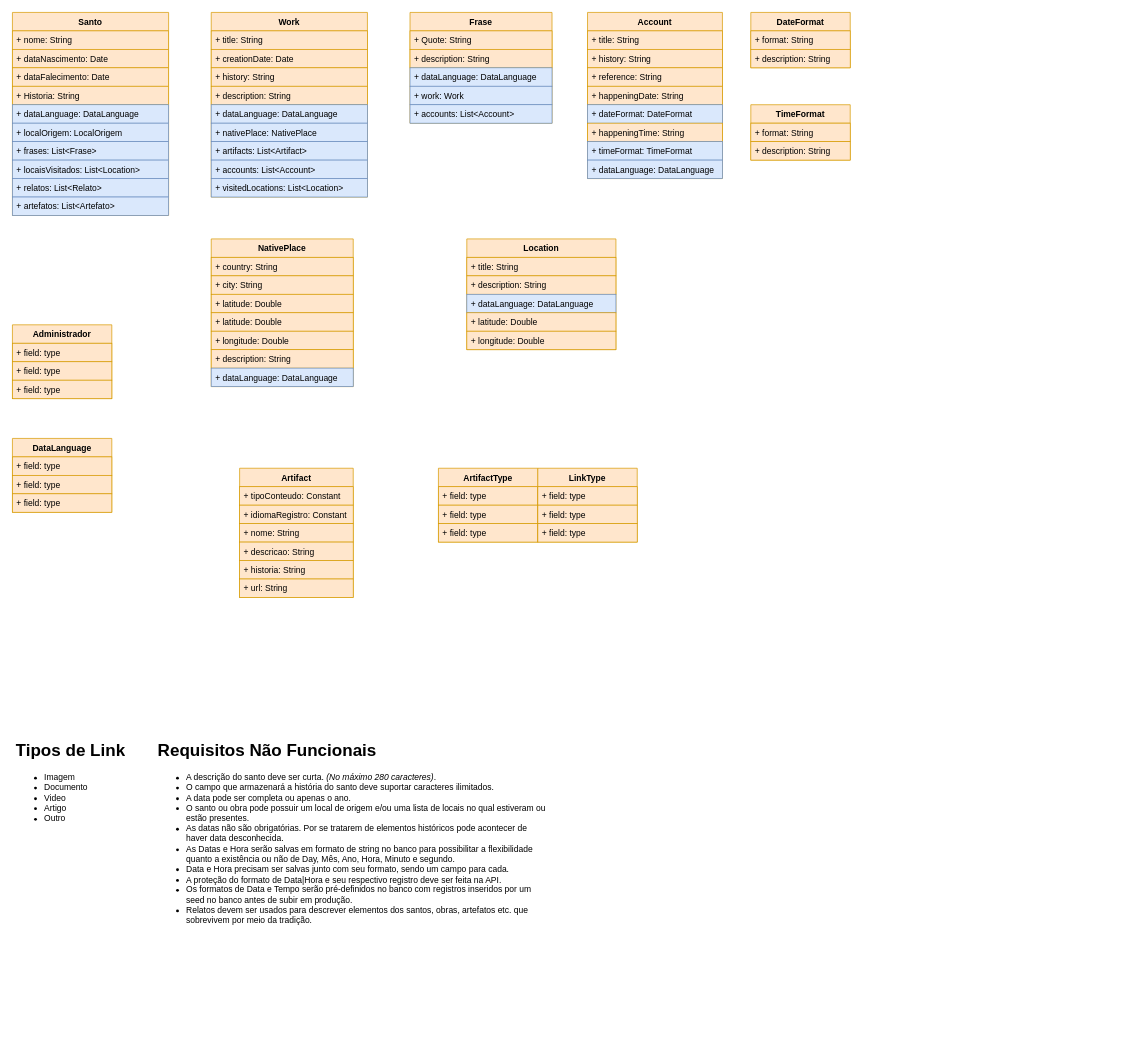
Above: page "ClassDiagram" (2 of 2) of Documentation/Untitled Diagram.drawio in the-catholics/Saints-API (draw.io), before the change. Source tidied: cells renumbered, new cells numbered last; positions are measured from the earlier drawing's top-left corner, leaving out a move shared by most shapes. Both pictures are drawn from the tidied source at 71%, with x=0, y=0 at pixel (12, 12).
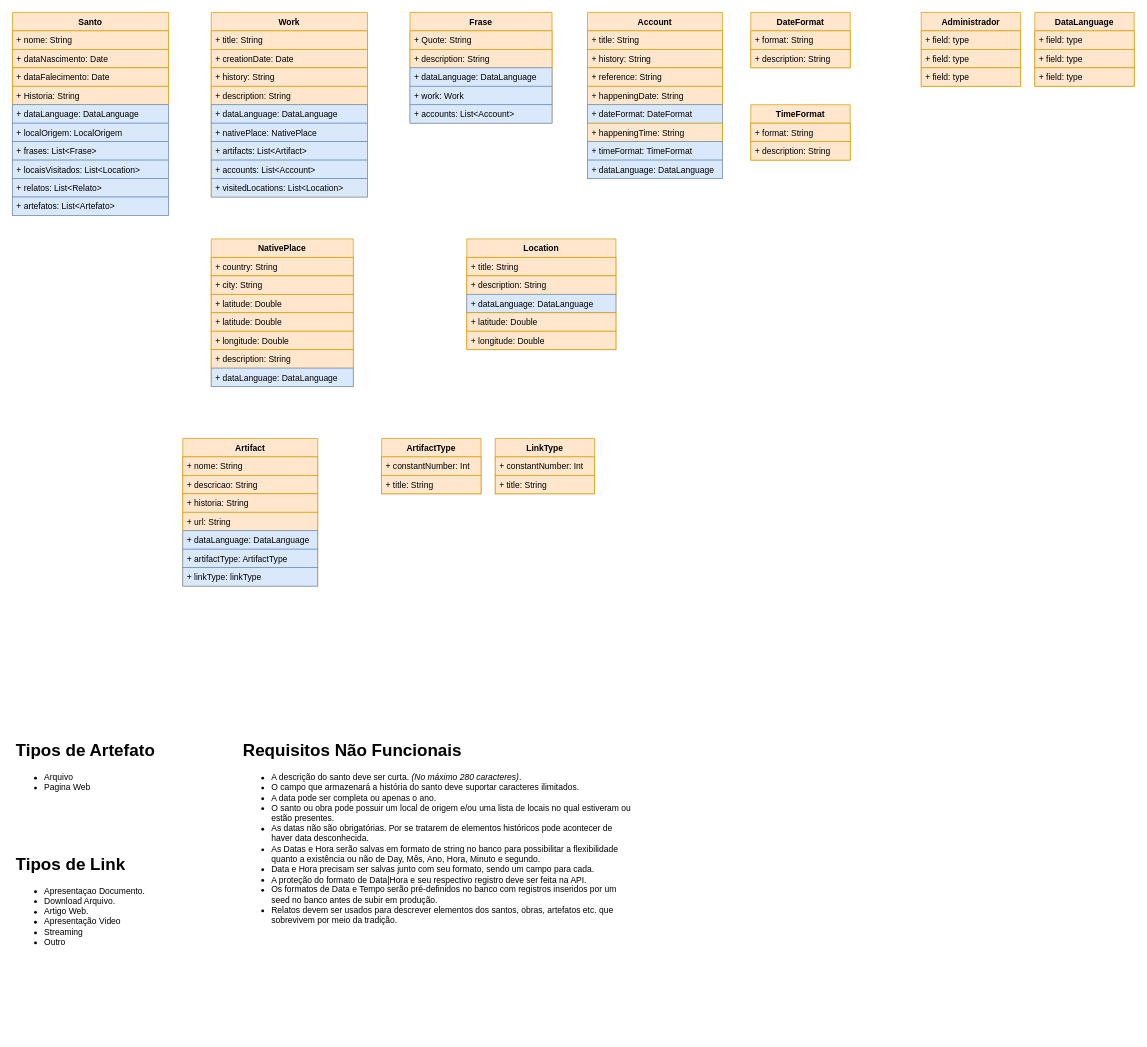
The same diagram, later.

What changed in the source:
```diff
@@
     <mxCell id="29" value="&lt;h1&gt;Requisitos Não Funcionais&lt;/h1&gt;&lt;p&gt;&lt;/p&gt;&lt;ul&gt;&lt;li&gt;A descrição do santo deve ser curta. &lt;i&gt;(No máximo 280 caracteres)&lt;/i&gt;.&lt;/li&gt;&lt;li&gt;O campo que armazenará a história do santo deve suportar caracteres ilimitados.&lt;/li&gt;&lt;li&gt;A data pode ser completa ou apenas o ano.&lt;/li&gt;&lt;li&gt;O santo ou obra pode possuir um local de origem e/ou uma lista de locais no qual estiveram ou estão presentes.&lt;/li&gt;&lt;li&gt;As datas não são obrigatórias. Por se tratarem de elementos históricos pode acontecer de haver data desconhecida.&lt;/li&gt;&lt;li&gt;As Datas e Hora serão salvas em formato de string no banco para possibilitar a flexibilidade quanto a existência ou não de Day, Mês, Ano, Hora, Minuto e segundo.&lt;/li&gt;&lt;li&gt;Data e Hora precisam ser salvas junto com seu formato, sendo um campo para cada.&lt;/li&gt;&lt;li&gt;A proteção do formato de Data|Hora e seu respectivo registro deve ser feita na API.&lt;/li&gt;&lt;li&gt;Os formatos de Data e Tempo serão pré-definidos no banco com registros inseridos por um seed no banco antes de subir em produção.&lt;/li&gt;&lt;li&gt;Relatos devem ser usados para descrever elementos dos santos, obras, artefatos etc. que sobrevivem por meio da tradição.&lt;/li&gt;&lt;/ul&gt;&lt;p&gt;&lt;/p&gt;" style="text;html=1;strokeColor=none;fillColor=none;spacing=5;spacingTop=-20;whiteSpace=wrap;overflow=hidden;rounded=0;" parent="1" vertex="1">
-      <mxGeometry x="200" y="1020" width="560" height="420" as="geometry" />
+      <mxGeometry x="320" y="1020" width="560" height="420" as="geometry" />
     </mxCell>
     <mxCell id="30" value="Administrador" style="swimlane;fontStyle=1;horizontal=1;startSize=26;fillColor=#ffe6cc;strokeColor=#d79b00;" parent="1" vertex="1">
-      <mxGeometry y="440" width="140" height="104" as="geometry" />
+      <mxGeometry x="1280" width="140" height="104" as="geometry" />
     </mxCell>
@@
     <mxCell id="57" value="Artifact" style="swimlane;fontStyle=1;horizontal=1;startSize=26;fillColor=#ffe6cc;strokeColor=#d79b00;" parent="1" vertex="1">
-      <mxGeometry x="320" y="642" width="160" height="182" as="geometry" />
+      <mxGeometry x="240" y="600" width="190" height="208" as="geometry" />
     </mxCell>
-    <mxCell id="58" value="+ tipoConteudo: Constant" style="text;strokeColor=#d79b00;fillColor=#ffe6cc;align=left;verticalAlign=top;spacingLeft=4;spacingRight=4;overflow=hidden;" parent="57" vertex="1">
-      <mxGeometry y="26" width="160" height="26" as="geometry" />
-    </mxCell>
-    <mxCell id="59" value="+ idiomaRegistro: Constant" style="text;strokeColor=#d79b00;fillColor=#ffe6cc;align=left;verticalAlign=top;spacingLeft=4;spacingRight=4;overflow=hidden;" parent="57" vertex="1">
-      <mxGeometry y="52" width="160" height="26" as="geometry" />
-    </mxCell>
     <mxCell id="60" value="+ nome: String" style="text;strokeColor=#d79b00;fillColor=#ffe6cc;align=left;verticalAlign=top;spacingLeft=4;spacingRight=4;overflow=hidden;" parent="57" vertex="1">
-      <mxGeometry y="78" width="160" height="26" as="geometry" />
+      <mxGeometry y="26" width="190" height="26" as="geometry" />
     </mxCell>
     <mxCell id="61" value="+ descricao: String" style="text;strokeColor=#d79b00;fillColor=#ffe6cc;align=left;verticalAlign=top;spacingLeft=4;spacingRight=4;overflow=hidden;" parent="57" vertex="1">
-      <mxGeometry y="104" width="160" height="26" as="geometry" />
+      <mxGeometry y="52" width="190" height="26" as="geometry" />
     </mxCell>
     <mxCell id="62" value="+ historia: String" style="text;strokeColor=#d79b00;fillColor=#ffe6cc;align=left;verticalAlign=top;spacingLeft=4;spacingRight=4;overflow=hidden;" parent="57" vertex="1">
-      <mxGeometry y="130" width="160" height="26" as="geometry" />
+      <mxGeometry y="78" width="190" height="26" as="geometry" />
     </mxCell>
     <mxCell id="63" value="+ url: String" style="text;strokeColor=#d79b00;fillColor=#ffe6cc;align=left;verticalAlign=top;spacingLeft=4;spacingRight=4;overflow=hidden;" parent="57" vertex="1">
-      <mxGeometry y="156" width="160" height="26" as="geometry" />
+      <mxGeometry y="104" width="190" height="26" as="geometry" />
     </mxCell>
+    <mxCell id="83" value="+ dataLanguage: DataLanguage" style="text;strokeColor=#6c8ebf;fillColor=#dae8fc;align=left;verticalAlign=top;spacingLeft=4;spacingRight=4;overflow=hidden;" parent="57" vertex="1">
+      <mxGeometry y="130" width="190" height="26" as="geometry" />
+    </mxCell>
+    <mxCell id="84" value="+ artifactType: ArtifactType" style="text;strokeColor=#6c8ebf;fillColor=#dae8fc;align=left;verticalAlign=top;spacingLeft=4;spacingRight=4;overflow=hidden;" parent="57" vertex="1">
+      <mxGeometry y="156" width="190" height="26" as="geometry" />
+    </mxCell>
+    <mxCell id="85" value="+ linkType: linkType" style="text;strokeColor=#6c8ebf;fillColor=#dae8fc;align=left;verticalAlign=top;spacingLeft=4;spacingRight=4;overflow=hidden;" parent="57" vertex="1">
+      <mxGeometry y="182" width="190" height="26" as="geometry" />
+    </mxCell>
-    <mxCell id="64" value="&lt;h1&gt;Tipos de Link&lt;/h1&gt;&lt;p&gt;&lt;ul&gt;&lt;li&gt;Imagem&lt;/li&gt;&lt;li&gt;Documento&lt;/li&gt;&lt;li&gt;Video&lt;/li&gt;&lt;li&gt;Artigo&lt;/li&gt;&lt;li&gt;Outro&lt;/li&gt;&lt;/ul&gt;&lt;/p&gt;" style="text;html=1;strokeColor=none;fillColor=none;spacing=5;spacingTop=-20;whiteSpace=wrap;overflow=hidden;rounded=0;" parent="1" vertex="1">
-      <mxGeometry y="1020" width="190" height="130" as="geometry" />
+    <mxCell id="64" value="&lt;h1&gt;Tipos de Artefato&lt;/h1&gt;&lt;p&gt;&lt;/p&gt;&lt;ul&gt;&lt;li&gt;Arquivo&lt;/li&gt;&lt;li&gt;Pagina Web&lt;/li&gt;&lt;/ul&gt;&lt;p&gt;&lt;/p&gt;" style="text;html=1;strokeColor=none;fillColor=none;spacing=5;spacingTop=-20;whiteSpace=wrap;overflow=hidden;rounded=0;" parent="1" vertex="1">
+      <mxGeometry y="1020" width="230" height="130" as="geometry" />
     </mxCell>
@@
     <mxCell id="71" value="DataLanguage" style="swimlane;fontStyle=1;horizontal=1;startSize=26;fillColor=#ffe6cc;strokeColor=#d79b00;" parent="1" vertex="1">
-      <mxGeometry y="600" width="140" height="104" as="geometry" />
+      <mxGeometry x="1440" width="140" height="104" as="geometry" />
     </mxCell>
@@
     <mxCell id="75" value="ArtifactType" style="swimlane;fontStyle=1;horizontal=1;startSize=26;fillColor=#ffe6cc;strokeColor=#d79b00;" parent="1" vertex="1">
-      <mxGeometry x="600" y="642" width="140" height="104" as="geometry" />
+      <mxGeometry x="520" y="600" width="140" height="78" as="geometry" />
     </mxCell>
-    <mxCell id="76" value="+ field: type" style="text;strokeColor=#d79b00;fillColor=#ffe6cc;align=left;verticalAlign=top;spacingLeft=4;spacingRight=4;overflow=hidden;" parent="75" vertex="1">
+    <mxCell id="76" value="+ constantNumber: Int" style="text;strokeColor=#d79b00;fillColor=#ffe6cc;align=left;verticalAlign=top;spacingLeft=4;spacingRight=4;overflow=hidden;" parent="75" vertex="1">
       <mxGeometry y="26" width="140" height="26" as="geometry" />
     </mxCell>
-    <mxCell id="77" value="+ field: type" style="text;strokeColor=#d79b00;fillColor=#ffe6cc;align=left;verticalAlign=top;spacingLeft=4;spacingRight=4;overflow=hidden;" parent="75" vertex="1">
+    <mxCell id="77" value="+ title: String" style="text;strokeColor=#d79b00;fillColor=#ffe6cc;align=left;verticalAlign=top;spacingLeft=4;spacingRight=4;overflow=hidden;" parent="75" vertex="1">
       <mxGeometry y="52" width="140" height="26" as="geometry" />
     </mxCell>
-    <mxCell id="78" value="+ field: type" style="text;strokeColor=#d79b00;fillColor=#ffe6cc;align=left;verticalAlign=top;spacingLeft=4;spacingRight=4;overflow=hidden;" parent="75" vertex="1">
-      <mxGeometry y="78" width="140" height="26" as="geometry" />
-    </mxCell>
     <mxCell id="79" value="LinkType" style="swimlane;fontStyle=1;horizontal=1;startSize=26;fillColor=#ffe6cc;strokeColor=#d79b00;" parent="1" vertex="1">
-      <mxGeometry x="740" y="642" width="140" height="104" as="geometry" />
+      <mxGeometry x="680" y="600" width="140" height="78" as="geometry" />
     </mxCell>
-    <mxCell id="80" value="+ field: type" style="text;strokeColor=#d79b00;fillColor=#ffe6cc;align=left;verticalAlign=top;spacingLeft=4;spacingRight=4;overflow=hidden;" parent="79" vertex="1">
-      <mxGeometry y="26" width="140" height="26" as="geometry" />
-    </mxCell>
-    <mxCell id="81" value="+ field: type" style="text;strokeColor=#d79b00;fillColor=#ffe6cc;align=left;verticalAlign=top;spacingLeft=4;spacingRight=4;overflow=hidden;" parent="79" vertex="1">
-      <mxGeometry y="52" width="140" height="26" as="geometry" />
-    </mxCell>
-    <mxCell id="82" value="+ field: type" style="text;strokeColor=#d79b00;fillColor=#ffe6cc;align=left;verticalAlign=top;spacingLeft=4;spacingRight=4;overflow=hidden;" parent="79" vertex="1">
-      <mxGeometry y="78" width="140" height="26" as="geometry" />
-    </mxCell>
+    <mxCell id="86" value="+ constantNumber: Int" style="text;strokeColor=#d79b00;fillColor=#ffe6cc;align=left;verticalAlign=top;spacingLeft=4;spacingRight=4;overflow=hidden;" parent="79" vertex="1">
+      <mxGeometry y="26" width="140" height="26" as="geometry" />
+    </mxCell>
+    <mxCell id="87" value="+ title: String" style="text;strokeColor=#d79b00;fillColor=#ffe6cc;align=left;verticalAlign=top;spacingLeft=4;spacingRight=4;overflow=hidden;" parent="79" vertex="1">
+      <mxGeometry y="52" width="140" height="26" as="geometry" />
+    </mxCell>
+    <mxCell id="88" value="&lt;h1&gt;Tipos de Link&lt;/h1&gt;&lt;p&gt;&lt;/p&gt;&lt;ul&gt;&lt;li&gt;Apresentaçao Documento.&lt;/li&gt;&lt;li&gt;Download Arquivo.&lt;/li&gt;&lt;li&gt;Artigo Web.&lt;/li&gt;&lt;li&gt;Apresentação Video&lt;/li&gt;&lt;li&gt;Streaming&lt;/li&gt;&lt;li&gt;Outro&lt;/li&gt;&lt;/ul&gt;&lt;p&gt;&lt;/p&gt;" style="text;html=1;strokeColor=none;fillColor=none;spacing=5;spacingTop=-20;whiteSpace=wrap;overflow=hidden;rounded=0;" parent="1" vertex="1">
+      <mxGeometry y="1180" width="230" height="150" as="geometry" />
+    </mxCell>
```
